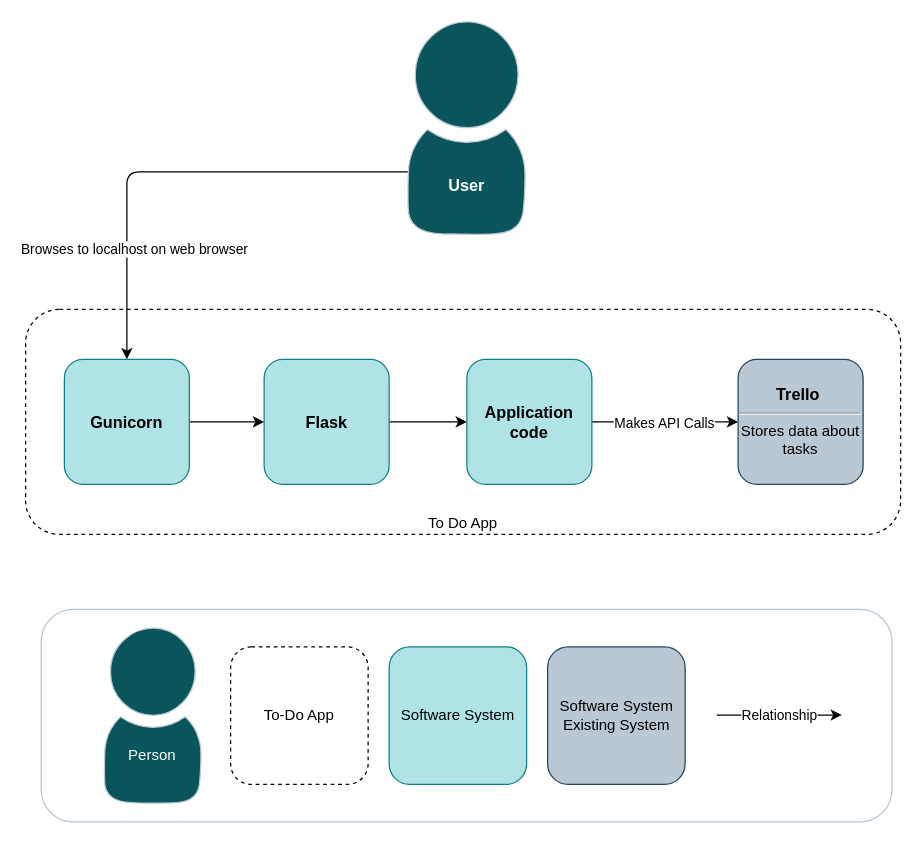
Before: page "Container Diagram" (2 of 3) of Documentation/Architecture Diagrams.drawio in JoeBawn/-DevOps-Course-Starter, a draw.io diagram. Source tidied: cells renumbered, new cells numbered last; positions are measured from the earlier drawing's top-left corner, leaving out a move shared by most shapes. Both pictures are drawn from the tidied source at 125%, with x=0, y=0 at pixel (25, 21).
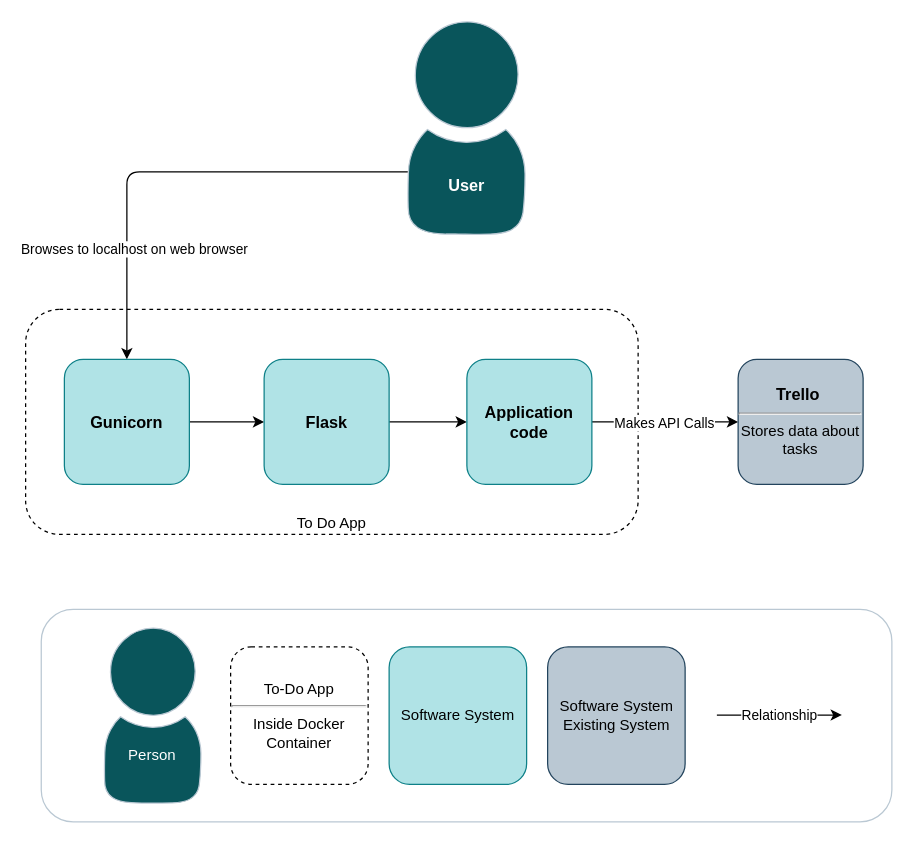
After the change.

Diff of the diagram source:
```diff
@@
     <mxCell id="2" value="To Do App" style="whiteSpace=wrap;html=1;dashed=1;rounded=1;verticalAlign=bottom;labelPosition=center;verticalLabelPosition=middle;align=center;" parent="1" vertex="1">
-      <mxGeometry y="230" width="700" height="180" as="geometry" />
+      <mxGeometry y="230" width="490" height="180" as="geometry" />
     </mxCell>
@@
-    <mxCell id="13" value="To-Do App" style="whiteSpace=wrap;html=1;dashed=1;rounded=1;" parent="1" vertex="1">
+    <mxCell id="13" value="To-Do App&lt;br&gt;&lt;hr&gt;Inside Docker Container" style="whiteSpace=wrap;html=1;dashed=1;rounded=1;" parent="1" vertex="1">
       <mxGeometry x="164" y="500" width="110" height="110" as="geometry" />
     </mxCell>
```
